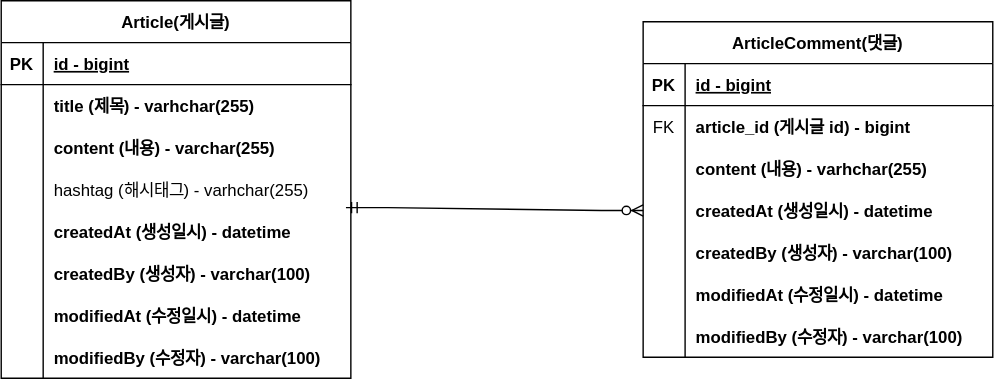
Above: document/board-project.svg in daecheolsong/board-project (draw.io), before the change. Source tidied: cells renumbered, new cells last; positions are measured from the earlier drawing's top-left corner, leaving out a move shared by most shapes.
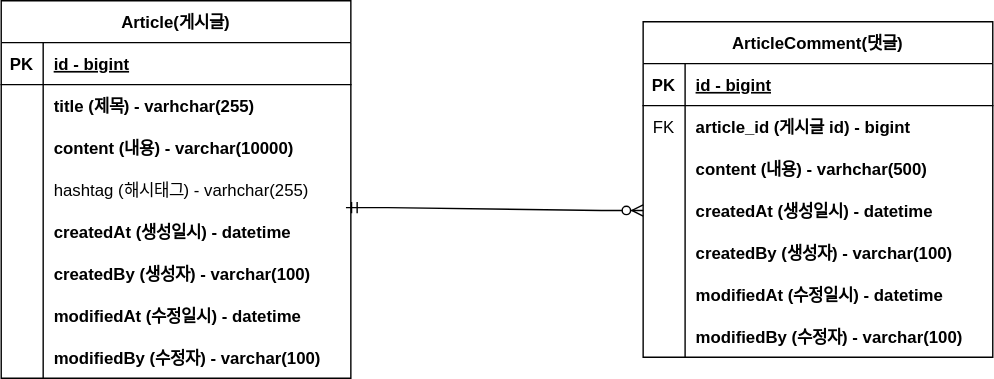
Later version of the same file.

Commit message:
#11 - erd 업데이트 : content 사이즈 변경

The edit, as a diff of the source:
```diff
@@ -29,7 +29,7 @@
     <mxCell id="10" style="shape=partialRectangle;overflow=hidden;fillColor=none;top=0;left=0;bottom=0;right=0;" parent="9" vertex="1">
       <mxGeometry width="30" height="30" as="geometry" />
     </mxCell>
-    <mxCell id="11" value="content (내용) - varchar(255)" style="shape=partialRectangle;overflow=hidden;fillColor=none;top=0;left=0;bottom=0;right=0;align=left;spacingLeft=6;fontStyle=1;" parent="9" vertex="1">
+    <mxCell id="11" value="content (내용) - varchar(10000)" style="shape=partialRectangle;overflow=hidden;fillColor=none;top=0;left=0;bottom=0;right=0;align=left;spacingLeft=6;fontStyle=1;" parent="9" vertex="1">
       <mxGeometry x="30" width="220" height="30" as="geometry" />
     </mxCell>
     <mxCell id="12" style="shape=partialRectangle;fillColor=none;top=0;left=0;right=0;bottom=0;" parent="2" vertex="1">
@@ -104,7 +104,7 @@
     <mxCell id="35" style="shape=partialRectangle;overflow=hidden;fillColor=none;top=0;left=0;bottom=0;right=0;" parent="34" vertex="1">
       <mxGeometry width="30" height="30" as="geometry" />
     </mxCell>
-    <mxCell id="36" value="content (내용) - varhchar(255)" style="shape=partialRectangle;overflow=hidden;fillColor=none;top=0;left=0;bottom=0;right=0;align=left;spacingLeft=6;fontStyle=1;" parent="34" vertex="1">
+    <mxCell id="36" value="content (내용) - varhchar(500)" style="shape=partialRectangle;overflow=hidden;fillColor=none;top=0;left=0;bottom=0;right=0;align=left;spacingLeft=6;fontStyle=1;" parent="34" vertex="1">
       <mxGeometry x="30" width="220" height="30" as="geometry" />
     </mxCell>
     <mxCell id="37" style="shape=partialRectangle;fillColor=none;points=[[0,0.5],[1,0.5]];portConstraint=eastwest;top=0;left=0;right=0;bottom=0;" parent="27" vertex="1">
```
